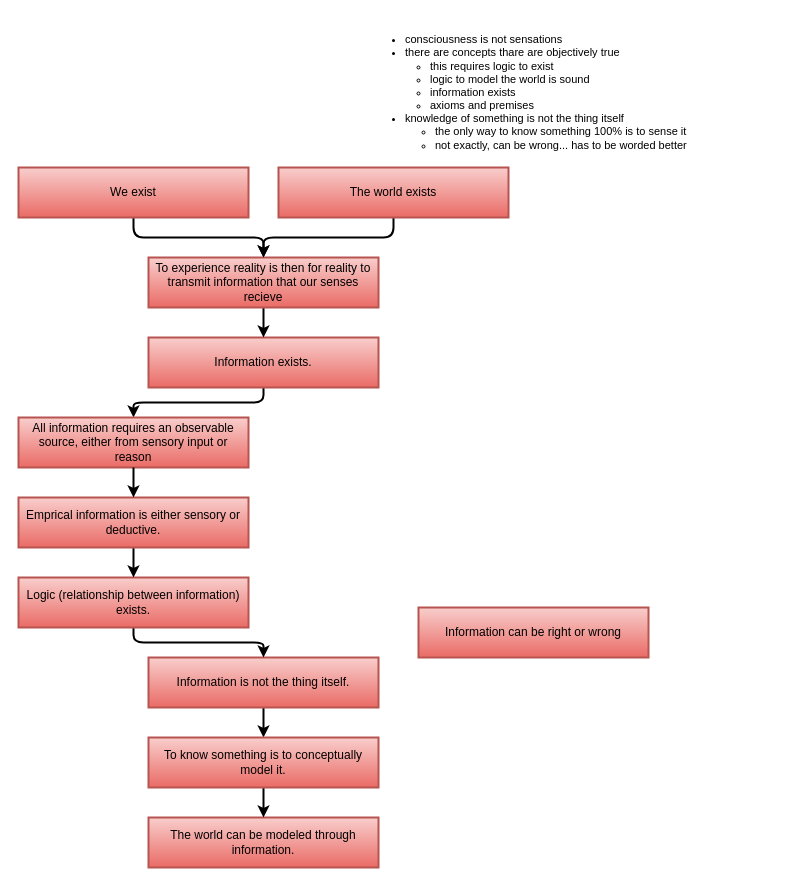
This is page "Page-12" (16 of 18) of Comparative Religion/How Objective Truths Lead to Islam through Reason.drawio from ixm-ibrahim/Diagrams, a draw.io file, before an edit. Source tidied: cells renumbered, new cells numbered last; positions are measured from the earlier drawing's top-left corner, leaving out a move shared by most shapes. Both pictures are drawn from the tidied source at 100%, with x=0, y=0 at pixel (18, 17).
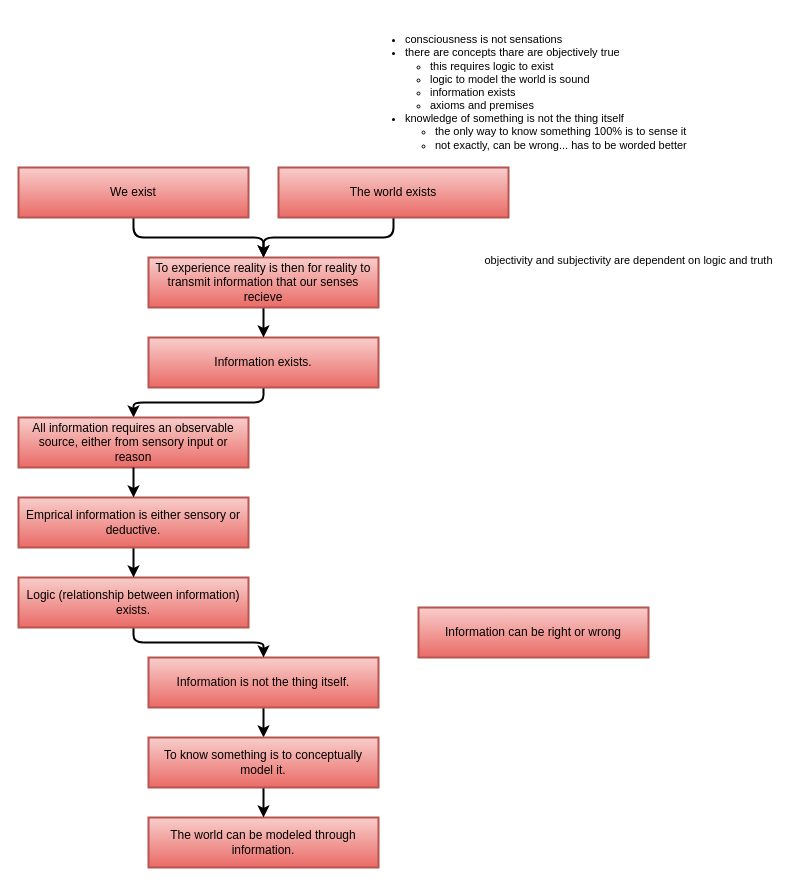
After the change.

What changed in the source:
```diff
@@
+    <mxCell id="23" value="objectivity and subjectivity are dependent on logic and truth" style="text;html=1;align=center;verticalAlign=middle;strokeColor=none;fillColor=none;fontFamily=Helvetica;fontSize=11;fontColor=default;labelBackgroundColor=default;" parent="1" vertex="1">
+      <mxGeometry x="455" y="228" width="310" height="30" as="geometry" />
+    </mxCell>
```
